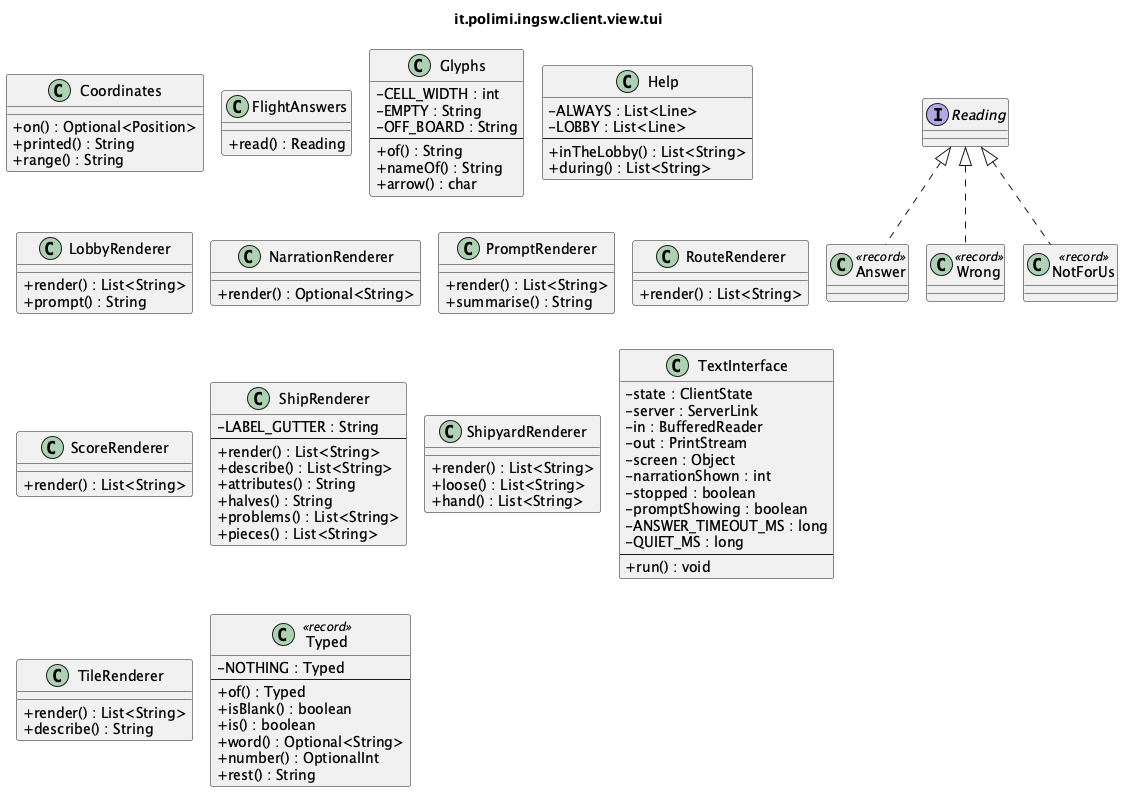
Before: docs/uml/detailed/it_polimi_ingsw_client_view_tui.png, a diagram exported from PlantUML (samuelesegrini/ing-sw-2025-segrini-terribile-varricchio-zanca).
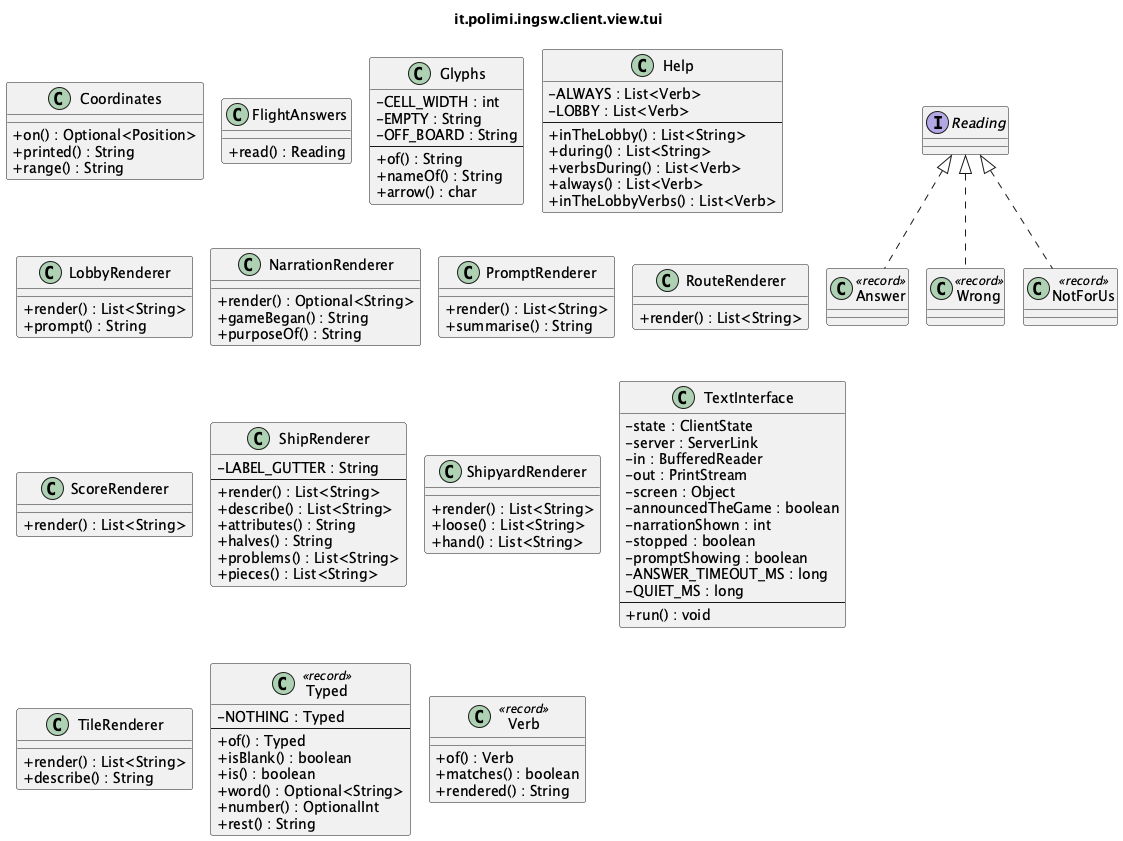
The same file after the commit.

The edit, as a diff of the source:
```diff
@@ -30,11 +30,14 @@
   +arrow() : char
 }
 class Help {
-  -ALWAYS : List<Line>
-  -LOBBY : List<Line>
+  -ALWAYS : List<Verb>
+  -LOBBY : List<Verb>
   --
   +inTheLobby() : List<String>
   +during() : List<String>
+  +verbsDuring() : List<Verb>
+  +always() : List<Verb>
+  +inTheLobbyVerbs() : List<Verb>
 }
 class LobbyRenderer {
   +render() : List<String>
@@ -42,6 +45,8 @@
 }
 class NarrationRenderer {
   +render() : Optional<String>
+  +gameBegan() : String
+  +purposeOf() : String
 }
 class PromptRenderer {
   +render() : List<String>
@@ -74,6 +79,7 @@
   -in : BufferedReader
   -out : PrintStream
   -screen : Object
+  -announcedTheGame : boolean
   -narrationShown : int
   -stopped : boolean
   -promptShowing : boolean
@@ -96,6 +102,11 @@
   +number() : OptionalInt
   +rest() : String
 }
+class Verb <<record>> {
+  +of() : Verb
+  +matches() : boolean
+  +rendered() : String
+}
 
 Reading <|.. Answer
 Reading <|.. Wrong
```
